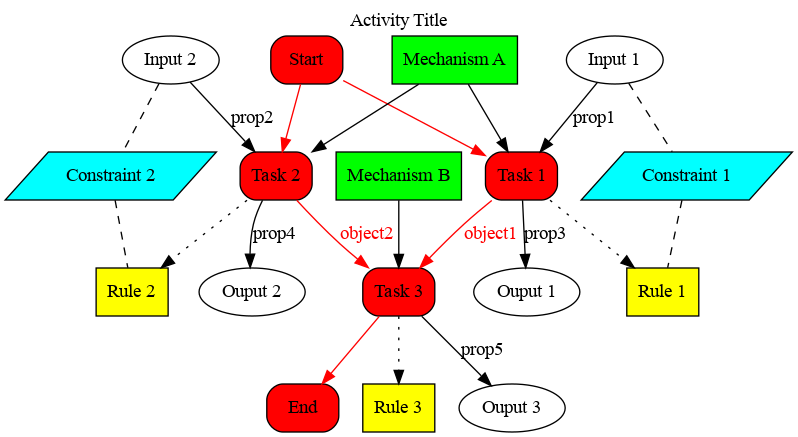
ModelforManufacturing/SPIF.-Design-model keeps this Graphviz diagram as SPIF_Behaviour_Model/legend.gv.png. Above is the earlier version. Its source is kept beside it as SPIF_Behaviour_Model/legend.gv. The source it was exported from:
```dot
digraph behaviourmodel {


labelloc="t"
label="Activity Title"

node [shape=box, style="filled, rounded", fillcolor=red, color=black]
Start
t1 [label="Task 1"]
t2 [label="Task 2"]
t3 [label="Task 3"]
End

node [shape=box, style=filled, fillcolor=green, color=black]
m1 [label="Mechanism A"]
m2 [label="Mechanism B"]

node [shape=box, style=filled, fillcolor=yellow, color=black]
r1 [label="Rule 1"]
r2 [label="Rule 2"]
r3 [label="Rule 3"]

edge [dir=forward, color=red, fontcolor=red, style=solid]
Start -> {t1 t2}
t1 -> t3 [label="object1"]
t2 -> t3 [label="object2"]
t3 -> End

edge [dir=forward, color=black]
m1 -> {t1 t2}
m2 -> t3

edge [dir=forward, color=black, fontcolor=black, style=dotted]
t1 -> r1
t2 -> r2
t3 -> r3


node [shape=ellipse, style=filled, fillcolor=white, color=black]
i1 [label="Input 1"]
i2 [label="Input 2"]
o1 [label="Ouput 1"]
o2 [label="Ouput 2"]
o3 [label="Ouput 3"]

edge [dir=forward, color=black, style=solid]
i1 -> t1 [label="prop1"]
i2 -> t2 [label="prop2"]
t1 -> o1 [label="prop3"]
t2 -> o2 [label="prop4"]
t3 -> o3 [label="prop5"]

node [shape=parallelogram, style=filled, fillcolor=cyan, color=black]
c1 [label="Constraint 1"]
c2 [label="Constraint 2"]

edge [dir=none, color=black, style=dashed]
i1 -> c1 -> r1
i2 -> c2 -> r2

}
```
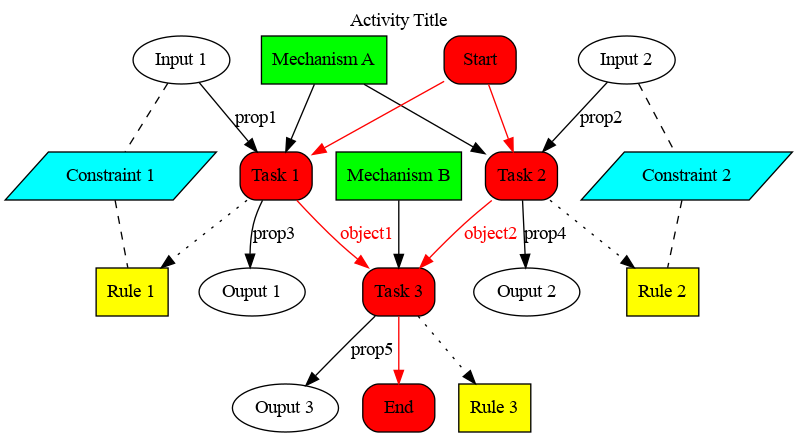
Above is the later version.

The edit, as a diff of the source:
```diff
@@ -3,6 +3,17 @@
 
 labelloc="t"
 label="Activity Title"
+
+node [shape=ellipse, style=filled, fillcolor=white, color=black]
+i1 [label="Input 1"]
+i2 [label="Input 2"]
+o1 [label="Ouput 1"]
+o2 [label="Ouput 2"]
+o3 [label="Ouput 3"]
+
+node [shape=box, style=filled, fillcolor=green, color=black]
+m1 [label="Mechanism A"]
+m2 [label="Mechanism B"]
 
 node [shape=box, style="filled, rounded", fillcolor=red, color=black]
 Start
@@ -11,14 +22,15 @@
 t3 [label="Task 3"]
 End
 
-node [shape=box, style=filled, fillcolor=green, color=black]
-m1 [label="Mechanism A"]
-m2 [label="Mechanism B"]
-
 node [shape=box, style=filled, fillcolor=yellow, color=black]
 r1 [label="Rule 1"]
 r2 [label="Rule 2"]
 r3 [label="Rule 3"]
+
+edge [dir=forward, color=black, fontcolor=black, style=dotted]
+t1 -> r1
+t2 -> r2
+t3 -> r3
 
 edge [dir=forward, color=red, fontcolor=red, style=solid]
 Start -> {t1 t2}
@@ -26,24 +38,11 @@
 t2 -> t3 [label="object2"]
 t3 -> End
 
-edge [dir=forward, color=black]
+edge [dir=forward, color=black, fontcolor=black]
 m1 -> {t1 t2}
 m2 -> t3
 
-edge [dir=forward, color=black, fontcolor=black, style=dotted]
-t1 -> r1
-t2 -> r2
-t3 -> r3
-
-
-node [shape=ellipse, style=filled, fillcolor=white, color=black]
-i1 [label="Input 1"]
-i2 [label="Input 2"]
-o1 [label="Ouput 1"]
-o2 [label="Ouput 2"]
-o3 [label="Ouput 3"]
-
-edge [dir=forward, color=black, style=solid]
+edge [dir=forward, color=black, fontcolor=black, style=solid]
 i1 -> t1 [label="prop1"]
 i2 -> t2 [label="prop2"]
 t1 -> o1 [label="prop3"]
```
